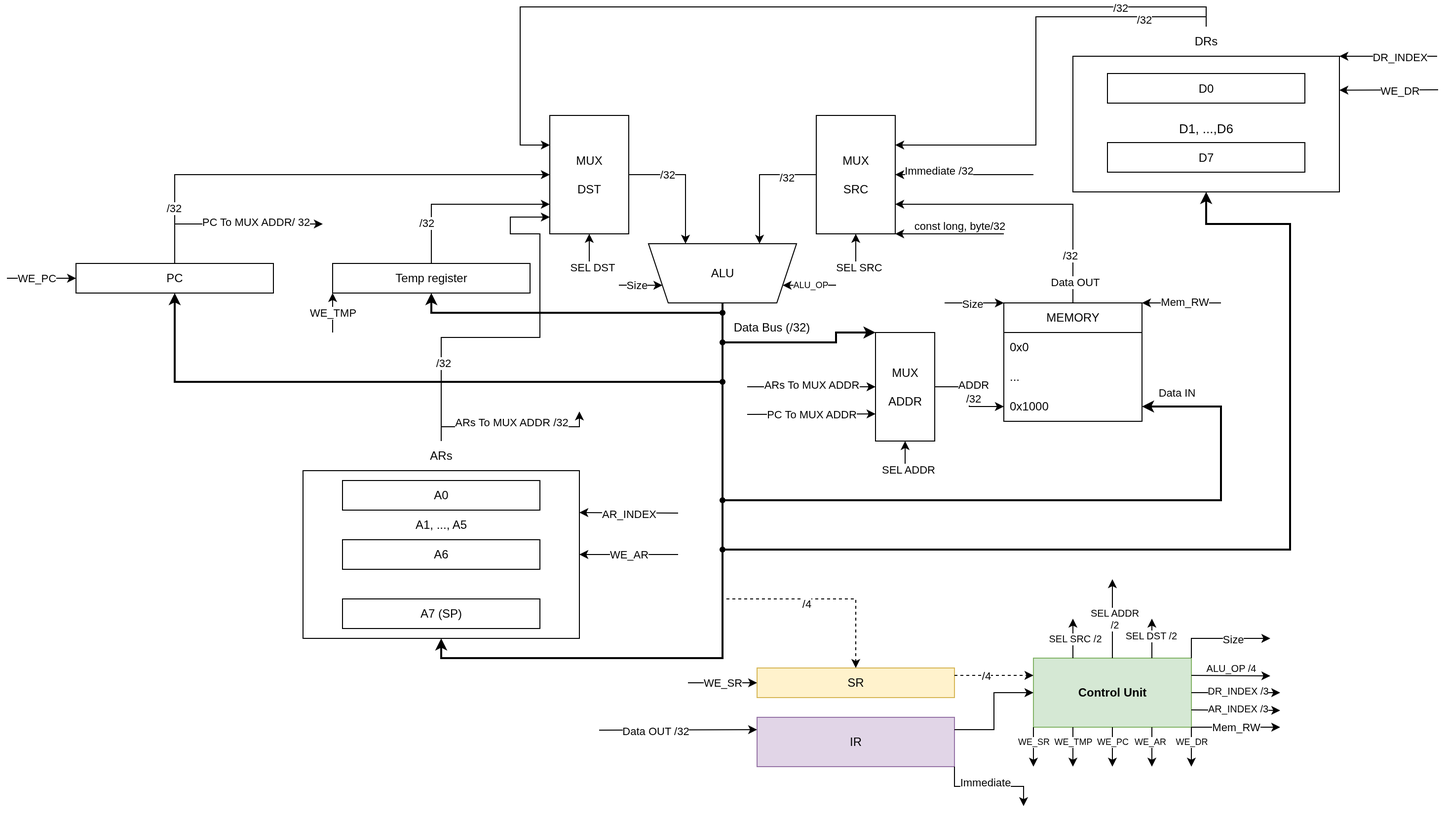
Above: scheme.png in gberdyshev/csa-scheme (draw.io), before the change. Source tidied: cells renumbered, new cells last; positions are measured from the earlier drawing's top-left corner, leaving out a move shared by most shapes.
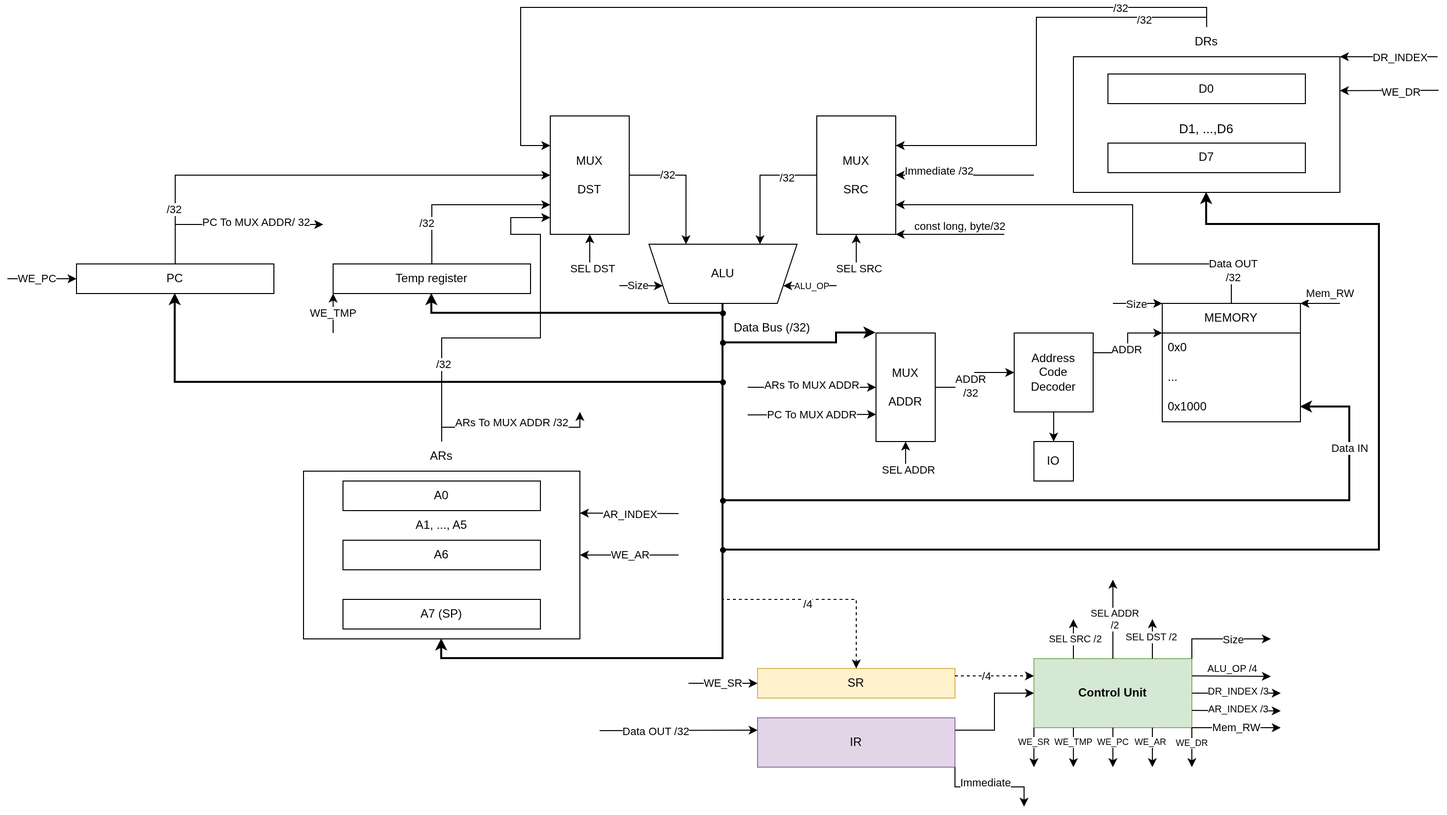
After the change.

Commit message:
(feat): add address code decoder

Change to the diagram source:
```diff
@@ -74,7 +74,7 @@
       </mxGeometry>
     </mxCell>
     <mxCell id="23" value="MEMORY" style="swimlane;fontStyle=0;horizontal=1;startSize=30;whiteSpace=wrap;html=1;" parent="1" vertex="1">
-      <mxGeometry x="1010" y="300" width="140" height="120" as="geometry" />
+      <mxGeometry x="1170" y="300" width="140" height="120" as="geometry" />
     </mxCell>
     <mxCell id="24" value="0x0" style="text;strokeColor=none;fillColor=none;align=left;verticalAlign=middle;spacingLeft=4;spacingRight=4;overflow=hidden;whiteSpace=wrap;html=1;" parent="23" vertex="1">
       <mxGeometry y="30" width="140" height="30" as="geometry" />
@@ -146,14 +146,17 @@
       <mxGeometry x="-0.68" y="3" relative="1" as="geometry" />
     </mxCell>
     <mxCell id="42" style="endArrow=classic;html=1;rounded=0;entryX=1;entryY=0.75;entryDx=0;entryDy=0;exitX=0.5;exitY=0;exitDx=0;exitDy=0;edgeStyle=orthogonalEdgeStyle;" parent="1" edge="1" source="23" target="12">
-      <mxGeometry relative="1" as="geometry" />
+      <mxGeometry relative="1" as="geometry">
+        <Array as="points">
+          <mxPoint x="1240" y="260" />
+          <mxPoint x="1140" y="260" />
+          <mxPoint x="1140" y="200" />
+        </Array>
+      </mxGeometry>
     </mxCell>
-    <mxCell id="43" value="Data OUT" style="edgeLabel;html=1;align=center;verticalAlign=middle;" parent="42" vertex="1">
+    <mxCell id="43" value="Data OUT&lt;br&gt;/32" style="edgeLabel;html=1;align=center;verticalAlign=middle;" parent="42" vertex="1">
       <mxGeometry x="-0.85" y="-2" relative="1" as="geometry" />
     </mxCell>
-    <mxCell id="44" value="/32" style="edgeLabel;html=1;align=center;verticalAlign=middle;" parent="42" vertex="1">
-      <mxGeometry x="-0.65" y="3" relative="1" as="geometry" />
-    </mxCell>
     <mxCell id="45" style="endArrow=classic;html=1;rounded=0;exitX=0;exitY=0.5;exitDx=0;exitDy=0;edgeStyle=orthogonalEdgeStyle;entryX=0.75;entryY=0;entryDx=0;entryDy=0;" parent="1" edge="1" source="12" target="3">
       <mxGeometry relative="1" as="geometry" />
     </mxCell>
@@ -164,8 +167,8 @@
       <mxGeometry relative="1" as="geometry">
         <Array as="points">
           <mxPoint x="725" y="550" />
-          <mxPoint x="1300" y="550" />
-          <mxPoint x="1300" y="220" />
+          <mxPoint x="1390" y="550" />
+          <mxPoint x="1390" y="220" />
           <mxPoint x="1215" y="220" />
         </Array>
       </mxGeometry>
@@ -201,14 +204,15 @@
       <mxGeometry relative="1" as="geometry">
         <mxPoint x="725" y="497" as="sourcePoint" />
         <Array as="points">
-          <mxPoint x="1230" y="500" />
-          <mxPoint x="1230" y="405" />
+          <mxPoint x="725" y="500" />
+          <mxPoint x="1360" y="500" />
+          <mxPoint x="1360" y="405" />
         </Array>
       </mxGeometry>
     </mxCell>
     <mxCell id="54" value="Data IN" style="edgeLabel;html=1;align=center;verticalAlign=bottom;labelPosition=center;verticalLabelPosition=top;" parent="53" vertex="1">
       <mxGeometry x="0.68" y="2" relative="1" as="geometry">
-        <mxPoint x="-43" y="-35" as="offset" />
+        <mxPoint x="2" y="-25" as="offset" />
       </mxGeometry>
     </mxCell>
     <mxCell id="55" value="&lt;b&gt;Control Unit&lt;/b&gt;" style="rounded=0;whiteSpace=wrap;html=1;fillColor=#d5e8d4;strokeColor=#82b366;" parent="1" vertex="1">
@@ -274,10 +278,8 @@
     <mxCell id="69" value="PC To MUX ADDR/ 32" style="edgeLabel;html=1;align=center;verticalAlign=middle;" parent="68" vertex="1">
       <mxGeometry x="0.28" y="2" relative="1" as="geometry" />
     </mxCell>
-    <mxCell id="70" style="endArrow=classic;html=1;rounded=0;exitX=1;exitY=0.5;exitDx=0;exitDy=0;edgeStyle=orthogonalEdgeStyle;" parent="1" edge="1" source="66">
-      <mxGeometry relative="1" as="geometry">
-        <mxPoint x="1010" y="405" as="targetPoint" />
-      </mxGeometry>
+    <mxCell id="70" style="endArrow=classic;html=1;rounded=0;exitX=1;exitY=0.5;exitDx=0;exitDy=0;edgeStyle=orthogonalEdgeStyle;entryX=0;entryY=0.5;entryDx=0;entryDy=0;" parent="1" edge="1" source="66" target="135">
+      <mxGeometry relative="1" as="geometry" />
     </mxCell>
     <mxCell id="71" value="ADDR&lt;br&gt;/32" style="edgeLabel;html=1;align=center;verticalAlign=middle;" parent="70" vertex="1">
       <mxGeometry x="-0.12" y="4" relative="1" as="geometry" />
@@ -406,15 +408,17 @@
     </mxCell>
     <mxCell id="101" style="endArrow=classic;html=1;rounded=0;entryX=1;entryY=0;entryDx=0;entryDy=0;" parent="1" edge="1" target="23">
       <mxGeometry relative="1" as="geometry">
-        <mxPoint x="1230" y="300" as="sourcePoint" />
+        <mxPoint x="1350" y="300" as="sourcePoint" />
       </mxGeometry>
     </mxCell>
     <mxCell id="102" value="Mem_RW" style="edgeLabel;html=1;align=center;verticalAlign=middle;" parent="101" vertex="1">
-      <mxGeometry x="-0.06" y="-1" relative="1" as="geometry" />
+      <mxGeometry x="-0.06" y="-1" relative="1" as="geometry">
+        <mxPoint x="9" y="-9" as="offset" />
+      </mxGeometry>
     </mxCell>
     <mxCell id="103" value="D" style="endArrow=classic;html=1;rounded=0;entryX=0;entryY=0;entryDx=0;entryDy=0;" parent="1" edge="1" target="23">
       <mxGeometry relative="1" as="geometry">
-        <mxPoint x="950" y="300" as="sourcePoint" />
+        <mxPoint x="1120" y="300" as="sourcePoint" />
       </mxGeometry>
     </mxCell>
     <mxCell id="104" value="Size" style="edgeLabel;html=1;align=center;verticalAlign=middle;" parent="103" vertex="1">
@@ -564,5 +568,20 @@
         <mxPoint x="7" y="2" as="offset" />
       </mxGeometry>
     </mxCell>
+    <mxCell id="135" value="Address&lt;br&gt;Code&lt;br&gt;Decoder" style="whiteSpace=wrap;html=1;" parent="1" vertex="1">
+      <mxGeometry x="1020" y="330" width="80" height="80" as="geometry" />
+    </mxCell>
+    <mxCell id="136" style="endArrow=classic;html=1;rounded=0;exitX=1;exitY=0.25;exitDx=0;exitDy=0;entryX=0;entryY=0.25;entryDx=0;entryDy=0;edgeStyle=orthogonalEdgeStyle;" parent="1" edge="1" source="135" target="23">
+      <mxGeometry relative="1" as="geometry" />
+    </mxCell>
+    <mxCell id="137" value="ADDR" style="edgeLabel;html=1;align=center;verticalAlign=middle;" parent="136" vertex="1">
+      <mxGeometry x="-0.14" y="1" relative="1" as="geometry" />
+    </mxCell>
+    <mxCell id="138" style="endArrow=classic;html=1;rounded=0;exitX=0.5;exitY=1;exitDx=0;exitDy=0;entryX=0.5;entryY=0;entryDx=0;entryDy=0;" parent="1" edge="1" source="135" target="139">
+      <mxGeometry relative="1" as="geometry" />
+    </mxCell>
+    <mxCell id="139" value="IO" style="whiteSpace=wrap;html=1;" parent="1" vertex="1">
+      <mxGeometry x="1040" y="440" width="40" height="40" as="geometry" />
+    </mxCell>
   </root>
 </mxGraphModel>
```
